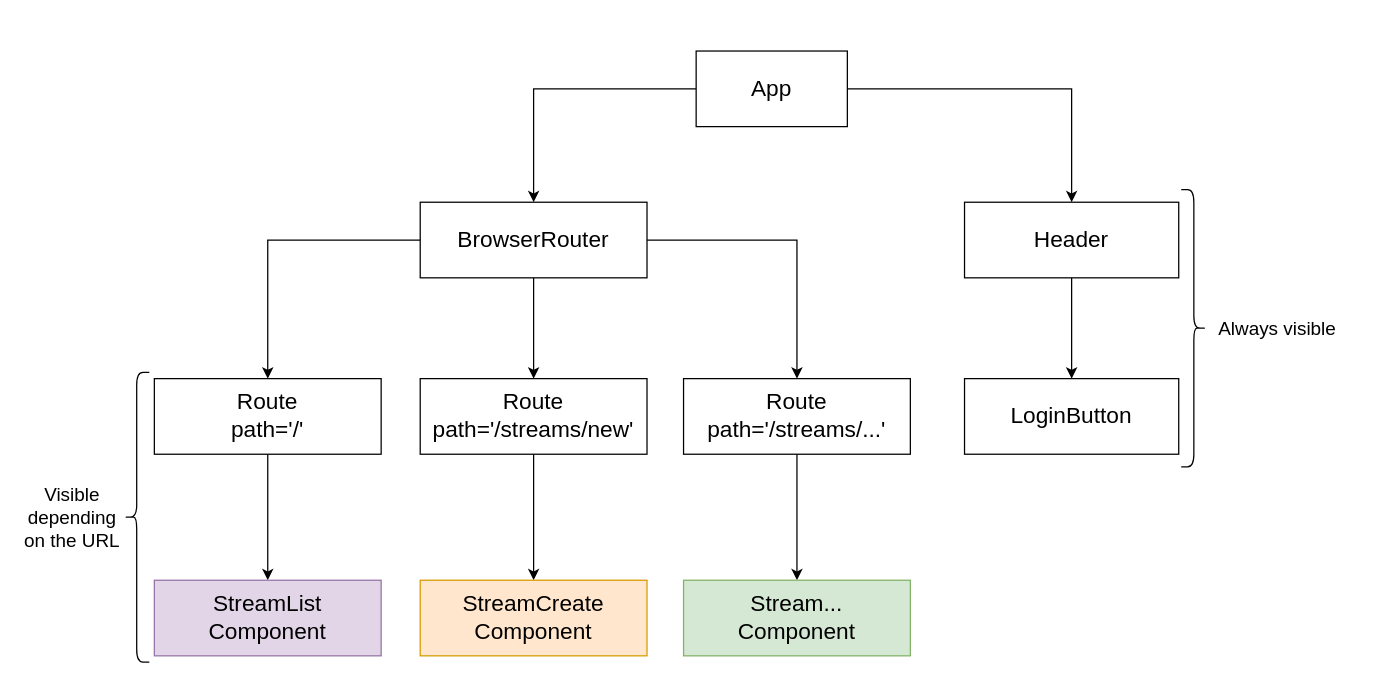
Above: docs/ComponentHierarchy.drawio in Yokoso/redux_streamz (draw.io), before the change. Source tidied: cells renumbered, new cells numbered last; positions are measured from the earlier drawing's top-left corner, leaving out a move shared by most shapes. Both pictures are drawn from the tidied source at 126%, with x=0, y=0 at pixel (21, 50).
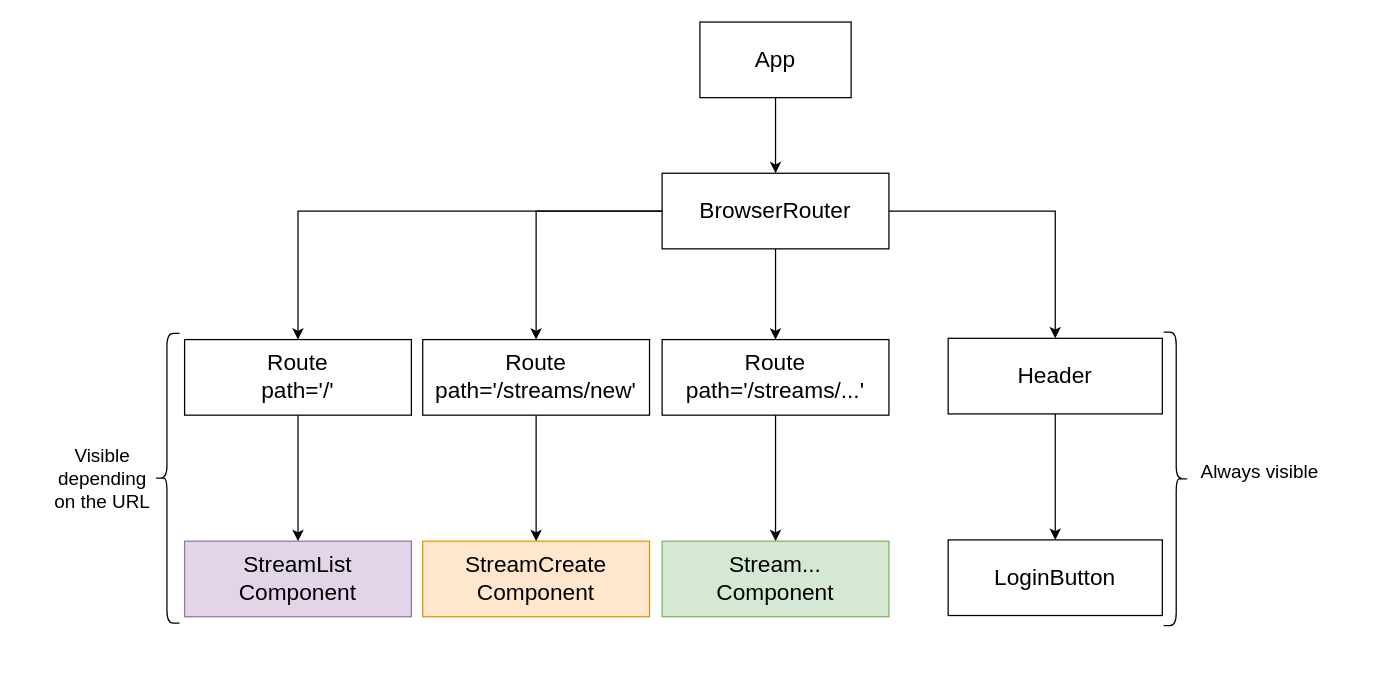
After the change.

Commit message (it also covers changes not shown here):
add header component, update docs

Change to the diagram source:
```diff
@@
-    <mxCell id="2" style="edgeStyle=orthogonalEdgeStyle;rounded=0;jettySize=auto;html=1;entryX=0.5;entryY=0;entryDx=0;entryDy=0;fontSize=18;" parent="1" edge="1" source="4" target="6">
+    <mxCell id="2" style="edgeStyle=orthogonalEdgeStyle;rounded=0;jettySize=auto;html=1;entryX=0.5;entryY=0;entryDx=0;entryDy=0;fontSize=18;exitX=1;exitY=0.5;exitDx=0;exitDy=0;" parent="1" edge="1" source="10" target="6">
       <mxGeometry relative="1" as="geometry" />
     </mxCell>
@@
     <mxCell id="4" value="&lt;font style=&quot;font-size: 18px;&quot;&gt;App&lt;/font&gt;" style="rounded=0;whiteSpace=wrap;html=1;" parent="1" vertex="1">
-      <mxGeometry x="535" width="120" height="60" as="geometry" />
+      <mxGeometry x="538" y="-23" width="120" height="60" as="geometry" />
     </mxCell>
@@
     <mxCell id="6" value="&lt;font style=&quot;font-size: 18px;&quot;&gt;Header&lt;/font&gt;" style="rounded=0;whiteSpace=wrap;html=1;" parent="1" vertex="1">
-      <mxGeometry x="748" y="120" width="170" height="60" as="geometry" />
+      <mxGeometry x="735" y="228" width="170" height="60" as="geometry" />
     </mxCell>
@@
     <mxCell id="10" value="&lt;font style=&quot;font-size: 18px;&quot;&gt;BrowserRouter&lt;/font&gt;" style="rounded=0;whiteSpace=wrap;html=1;" parent="1" vertex="1">
-      <mxGeometry x="316" y="120" width="180" height="60" as="geometry" />
+      <mxGeometry x="508" y="97" width="180" height="60" as="geometry" />
     </mxCell>
@@
     <mxCell id="12" value="&lt;font style=&quot;font-size: 18px;&quot;&gt;Route&lt;br&gt;path='/streams/new'&lt;br&gt;&lt;/font&gt;" style="rounded=0;whiteSpace=wrap;html=1;" parent="1" vertex="1">
-      <mxGeometry x="316" y="260" width="180" height="60" as="geometry" />
+      <mxGeometry x="318" y="229" width="180" height="60" as="geometry" />
     </mxCell>
@@
     <mxCell id="14" value="&lt;font style=&quot;font-size: 18px;&quot;&gt;Route&lt;br&gt;path='/'&lt;br&gt;&lt;/font&gt;" style="rounded=0;whiteSpace=wrap;html=1;" parent="1" vertex="1">
-      <mxGeometry x="105" y="260" width="180" height="60" as="geometry" />
+      <mxGeometry x="129" y="229" width="180" height="60" as="geometry" />
     </mxCell>
     <mxCell id="15" value="&lt;font style=&quot;font-size: 18px;&quot;&gt;LoginButton&lt;br&gt;&lt;/font&gt;" style="rounded=0;whiteSpace=wrap;html=1;" parent="1" vertex="1">
-      <mxGeometry x="748" y="260" width="170" height="60" as="geometry" />
+      <mxGeometry x="735" y="388" width="170" height="60" as="geometry" />
     </mxCell>
     <mxCell id="16" value="&lt;font style=&quot;font-size: 18px;&quot;&gt;StreamList&lt;br&gt;Component&lt;br&gt;&lt;/font&gt;" style="rounded=0;whiteSpace=wrap;html=1;fillColor=#e1d5e7;strokeColor=#9673a6;" parent="1" vertex="1">
-      <mxGeometry x="105" y="420" width="180" height="60" as="geometry" />
+      <mxGeometry x="129" y="389" width="180" height="60" as="geometry" />
     </mxCell>
     <mxCell id="17" value="&lt;font style=&quot;font-size: 18px;&quot;&gt;StreamCreate&lt;br&gt;Component&lt;br&gt;&lt;/font&gt;" style="rounded=0;whiteSpace=wrap;html=1;fillColor=#ffe6cc;strokeColor=#d79b00;" parent="1" vertex="1">
-      <mxGeometry x="316" y="420" width="180" height="60" as="geometry" />
+      <mxGeometry x="318" y="389" width="180" height="60" as="geometry" />
     </mxCell>
     <mxCell id="18" style="shape=curlyBracket;whiteSpace=wrap;html=1;rounded=1;flipH=1;fontSize=18;" parent="1" vertex="1">
-      <mxGeometry x="920" y="110" width="20" height="220" as="geometry" />
+      <mxGeometry x="906" y="223" width="20" height="233" as="geometry" />
     </mxCell>
     <mxCell id="19" value="&lt;font style=&quot;font-size: 15px;&quot;&gt;Always visible&lt;/font&gt;" style="text;html=1;align=center;verticalAlign=middle;strokeColor=none;fillColor=none;fontSize=18;" parent="1" vertex="1">
-      <mxGeometry x="936" y="200" width="120" height="40" as="geometry" />
+      <mxGeometry x="922" y="313" width="120" height="40" as="geometry" />
     </mxCell>
     <mxCell id="20" style="shape=curlyBracket;whiteSpace=wrap;html=1;rounded=1;fontSize=15;" parent="1" vertex="1">
-      <mxGeometry x="81" y="255" width="20" height="230" as="geometry" />
+      <mxGeometry x="105" y="224" width="20" height="230" as="geometry" />
     </mxCell>
     <mxCell id="21" value="Visible&lt;br&gt;depending&lt;br&gt;on the URL" style="text;html=1;strokeColor=none;fillColor=none;align=center;verticalAlign=middle;whiteSpace=wrap;rounded=0;fontSize=15;" parent="1" vertex="1">
-      <mxGeometry y="355" width="80" height="30" as="geometry" />
+      <mxGeometry x="24" y="324" width="80" height="30" as="geometry" />
     </mxCell>
@@
     <mxCell id="23" value="&lt;font style=&quot;font-size: 18px;&quot;&gt;Route&lt;br&gt;path='/streams/...'&lt;br&gt;&lt;/font&gt;" style="rounded=0;whiteSpace=wrap;html=1;" parent="1" vertex="1">
-      <mxGeometry x="525" y="260" width="180" height="60" as="geometry" />
+      <mxGeometry x="508" y="229" width="180" height="60" as="geometry" />
     </mxCell>
     <mxCell id="24" value="&lt;font style=&quot;font-size: 18px;&quot;&gt;Stream...&lt;br&gt;Component&lt;br&gt;&lt;/font&gt;" style="rounded=0;whiteSpace=wrap;html=1;fillColor=#d5e8d4;strokeColor=#82b366;" parent="1" vertex="1">
-      <mxGeometry x="525" y="420" width="180" height="60" as="geometry" />
+      <mxGeometry x="508" y="389" width="180" height="60" as="geometry" />
     </mxCell>
```
